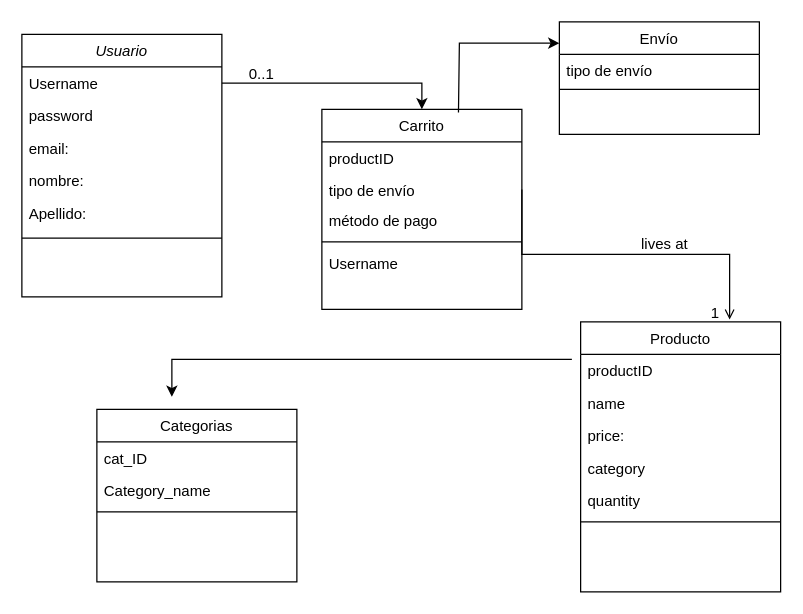
This is Diagrama sin título.drawio from ana-villalba/diagramaMER, a draw.io file, before an edit. Source tidied: cells renumbered, new cells numbered last; positions are measured from the earlier drawing's top-left corner, leaving out a move shared by most shapes. Both pictures are drawn from the tidied source at 125%, with x=0, y=0 at pixel (21, 21).
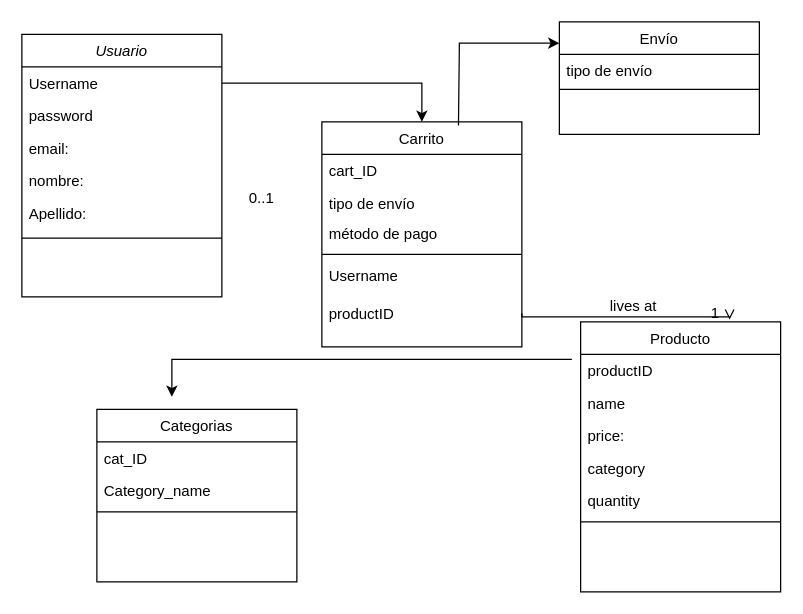
Above is the later version.

The change refers to these unchanged cells:
```xml
<mxCell id="15" value="tipo de envío" style="text;align=left;verticalAlign=top;spacingLeft=4;spacingRight=4;overflow=hidden;points=[[0,0.5],[1,0.5]];portConstraint=eastwest;" parent="13" vertex="1">
  <mxGeometry y="52" width="160" height="24" as="geometry" />
</mxCell>
```

Change to the diagram source:
```diff
@@
     <mxCell id="13" value="Carrito" style="swimlane;fontStyle=0;align=center;verticalAlign=top;horizontal=1;startSize=26;rounded=0;shadow=0;strokeWidth=1;" parent="1" vertex="1">
-      <mxGeometry x="240" y="70" width="160" height="160" as="geometry" />
+      <mxGeometry x="240" y="80" width="160" height="180" as="geometry" />
     </mxCell>
-    <mxCell id="14" value="productID" style="text;align=left;verticalAlign=top;spacingLeft=4;spacingRight=4;overflow=hidden;points=[[0,0.5],[1,0.5]];portConstraint=eastwest;" parent="13" vertex="1">
-      <mxGeometry y="26" width="160" height="26" as="geometry" />
-    </mxCell>
+    <mxCell id="36" value="cart_ID" style="text;align=left;verticalAlign=top;spacingLeft=4;spacingRight=4;overflow=hidden;" parent="13" vertex="1">
+      <mxGeometry y="26" width="160" height="26" as="geometry" />
+    </mxCell>
@@
     <mxCell id="18" value="Username" style="text;align=left;verticalAlign=top;spacingLeft=4;spacingRight=4;overflow=hidden;" parent="13" vertex="1">
-      <mxGeometry y="110" width="160" height="26" as="geometry" />
+      <mxGeometry y="110" width="160" height="30" as="geometry" />
     </mxCell>
+    <mxCell id="14" value="productID" style="text;align=left;verticalAlign=top;spacingLeft=4;spacingRight=4;overflow=hidden;points=[[0,0.5],[1,0.5]];portConstraint=eastwest;" parent="13" vertex="1">
+      <mxGeometry y="140" width="160" height="26" as="geometry" />
+    </mxCell>
@@
-    <mxCell id="26" style="endArrow=open;shadow=0;strokeWidth=1;rounded=0;curved=0;endFill=1;edgeStyle=elbowEdgeStyle;elbow=vertical;exitX=1;exitY=0.5;exitDx=0;exitDy=0;" parent="1" edge="1" source="15">
+    <mxCell id="26" style="endArrow=open;shadow=0;strokeWidth=1;rounded=0;curved=0;endFill=1;edgeStyle=elbowEdgeStyle;elbow=vertical;exitX=1;exitY=0.5;exitDx=0;exitDy=0;" parent="1" edge="1" source="14">
       <mxGeometry x="0.5" y="41" relative="1" as="geometry">
         <mxPoint x="566.2" y="238.2" as="targetPoint" />
         <mxPoint x="-40" y="32" as="offset" />
       </mxGeometry>
     </mxCell>
```
